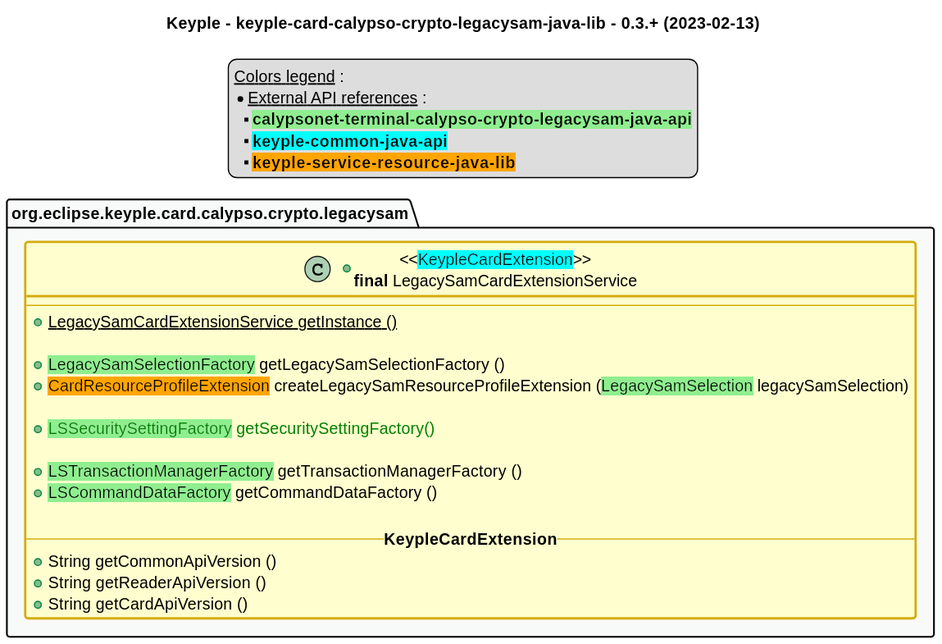
The PlantUML diagram src/main/uml/api_class_diagram.svg in eclipse-keyple/keyple-card-calypso-crypto-legacysam-java-lib, before a commit.
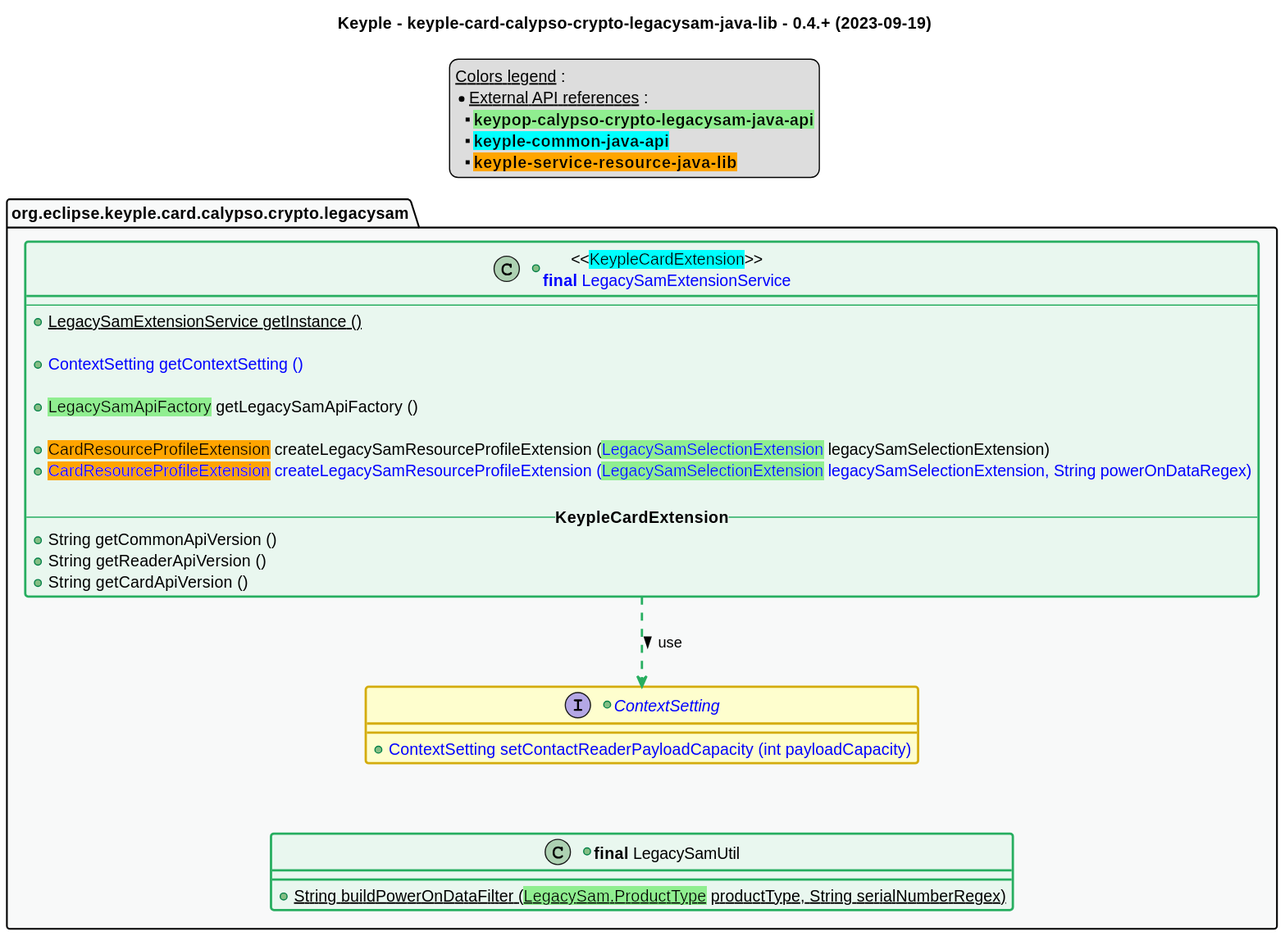
After the commit.

Change to the diagram source:
```diff
@@ -1,6 +1,6 @@
 @startuml
 title
-    Keyple - keyple-card-calypso-crypto-legacysam-java-lib - 0.3.+ (2023-02-13)
+    Keyple - keyple-card-calypso-crypto-legacysam-java-lib - 0.4.+ (2023-09-19)
 end title
 
 
@@ -43,32 +43,41 @@
 legend top
     __Colors legend__ :
     * __External API references__ :
-    ** <back:lightgreen>**calypsonet-terminal-calypso-crypto-legacysam-java-api**</back>
+    ** <back:lightgreen>**keypop-calypso-crypto-legacysam-java-api**</back>
     ** <back:cyan>**keyple-common-java-api**</back>
     ** <back:orange>**keyple-service-resource-java-lib**</back>
 end legend
 
 package "org.eclipse.keyple.card.calypso.crypto.legacysam" as legacysam {
-    +class "<<<back:cyan>KeypleCardExtension</back>>>\n**final** LegacySamCardExtensionService" as LegacySamCardExtensionService {
+    +class "<<<back:cyan>KeypleCardExtension</back>>>\n<color:blue>**final** LegacySamExtensionService" as LegacySamExtensionService <<green>> {
         --
-        +{static} LegacySamCardExtensionService getInstance ()
+        +{static} LegacySamExtensionService getInstance ()
 
-        +<back:lightgreen>LegacySamSelectionFactory</back> getLegacySamSelectionFactory ()
-        +<back:orange>CardResourceProfileExtension</back> createLegacySamResourceProfileExtension (<back:lightgreen>LegacySamSelection</back> legacySamSelection)
+        +<color:blue>ContextSetting getContextSetting ()
 
-        +<color:green><back:lightgreen>LSSecuritySettingFactory</back> getSecuritySettingFactory()
+        +<back:lightgreen>LegacySamApiFactory</back> getLegacySamApiFactory ()
 
-        +<back:lightgreen>LSTransactionManagerFactory</back> getTransactionManagerFactory ()
-        +<back:lightgreen>LSCommandDataFactory</back> getCommandDataFactory ()
+        +<back:orange>CardResourceProfileExtension</back> createLegacySamResourceProfileExtension (<back:lightgreen><color:blue>LegacySamSelectionExtension</color></back> legacySamSelectionExtension)
+        +<color:blue><back:orange>CardResourceProfileExtension</back> createLegacySamResourceProfileExtension (<back:lightgreen>LegacySamSelectionExtension</back> legacySamSelectionExtension, String powerOnDataRegex)
 
         -- **KeypleCardExtension** --
         +String getCommonApiVersion ()
         +String getReaderApiVersion ()
         +String getCardApiVersion ()
     }
+    +interface "<color:blue>ContextSetting" as ContextSetting {
+        +<color:blue>ContextSetting setContactReaderPayloadCapacity (int payloadCapacity)
+    }
+    +class "**final** LegacySamUtil" as LegacySamUtil <<green>> {
+        +{static} String buildPowerOnDataFilter (<back:lightgreen>LegacySam.ProductType</back> productType, String serialNumberRegex)
+    }
 }
 
 
+LegacySamExtensionService ..> ContextSetting #C_USE : use >
+
+
+ContextSetting -[hidden]- LegacySamUtil
 
 
 package legacysam #C_GREY1 {}
```
